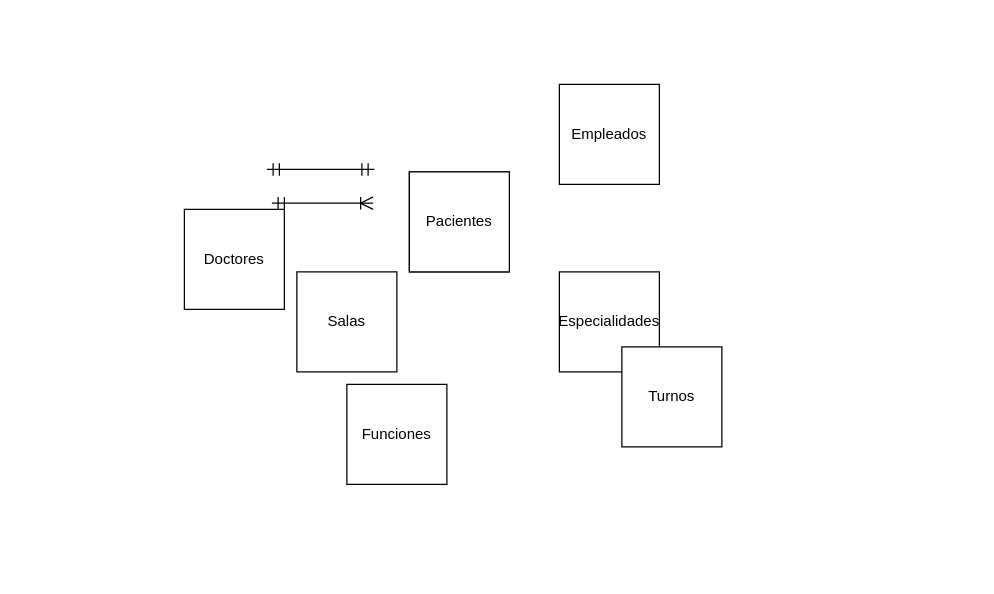
The draw.io diagram Ejercicio3.drawio in Daniel-Ceriana/BD1, before the edit. Source tidied: cells renumbered, new cells numbered last; positions are measured from the earlier drawing's top-left corner, leaving out a move shared by most shapes. Both pictures are drawn from the tidied source at 125%, with x=0, y=0 at pixel (184, -41).
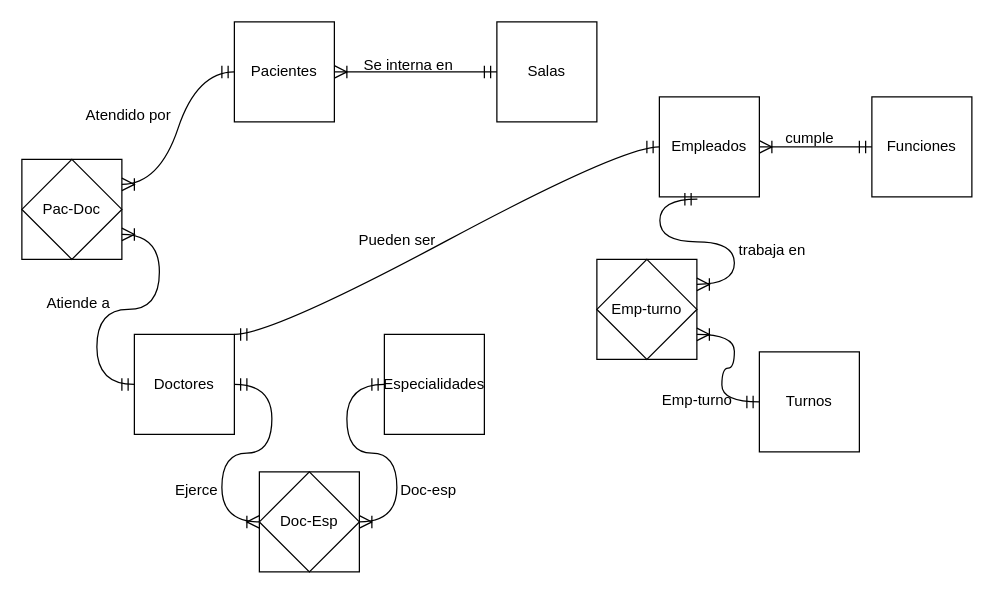
The same diagram, later.

The edit, as a diff of the source:
```diff
@@
-    <mxCell id="2" style="edgeStyle=entityRelationEdgeStyle;fontSize=12;html=1;endArrow=ERoneToMany;startArrow=ERmandOne;rounded=0;startSize=8;endSize=8;curved=1;" parent="1" edge="1">
-      <mxGeometry relative="1" as="geometry">
-        <mxPoint x="70" y="195" as="sourcePoint" />
-        <mxPoint x="151" y="195" as="targetPoint" />
-        <Array as="points">
-          <mxPoint x="182" y="245" />
-          <mxPoint x="30" y="40" />
-        </Array>
-      </mxGeometry>
-    </mxCell>
-    <mxCell id="3" style="edgeStyle=entityRelationEdgeStyle;fontSize=12;html=1;endArrow=ERmandOne;startArrow=ERmandOne;rounded=0;startSize=8;endSize=8;curved=1;" parent="1" edge="1">
-      <mxGeometry relative="1" as="geometry">
-        <mxPoint x="66" y="168" as="sourcePoint" />
-        <mxPoint x="152" y="168" as="targetPoint" />
-        <Array as="points">
-          <mxPoint x="50" />
-        </Array>
-      </mxGeometry>
-    </mxCell>
-    <mxCell id="4" style="whiteSpace=wrap;html=1;" parent="1" vertex="1">
-      <mxGeometry x="180" y="170" width="80" height="80" as="geometry" />
-    </mxCell>
     <mxCell id="5" value="Pacientes" style="whiteSpace=wrap;html=1;" parent="1" vertex="1">
-      <mxGeometry x="180" y="170" width="80" height="80" as="geometry" />
+      <mxGeometry x="40" y="50" width="80" height="80" as="geometry" />
     </mxCell>
     <mxCell id="6" value="Especialidades" style="whiteSpace=wrap;html=1;" parent="1" vertex="1">
-      <mxGeometry x="300" y="250" width="80" height="80" as="geometry" />
+      <mxGeometry x="160" y="300" width="80" height="80" as="geometry" />
     </mxCell>
     <mxCell id="7" value="Empleados" style="whiteSpace=wrap;html=1;" parent="1" vertex="1">
-      <mxGeometry x="300" y="100" width="80" height="80" as="geometry" />
+      <mxGeometry x="380" y="110" width="80" height="80" as="geometry" />
     </mxCell>
     <mxCell id="8" value="Salas" style="whiteSpace=wrap;html=1;" parent="1" vertex="1">
-      <mxGeometry x="90" y="250" width="80" height="80" as="geometry" />
+      <mxGeometry x="250" y="50" width="80" height="80" as="geometry" />
     </mxCell>
     <mxCell id="9" value="Doctores" style="whiteSpace=wrap;html=1;" parent="1" vertex="1">
-      <mxGeometry y="200" width="80" height="80" as="geometry" />
+      <mxGeometry x="-40" y="300" width="80" height="80" as="geometry" />
     </mxCell>
     <mxCell id="10" value="Turnos" style="whiteSpace=wrap;html=1;" parent="1" vertex="1">
-      <mxGeometry x="350" y="310" width="80" height="80" as="geometry" />
+      <mxGeometry x="460" y="314" width="80" height="80" as="geometry" />
     </mxCell>
     <mxCell id="11" value="Funciones" style="whiteSpace=wrap;html=1;" parent="1" vertex="1">
-      <mxGeometry x="130" y="340" width="80" height="80" as="geometry" />
+      <mxGeometry x="550" y="110" width="80" height="80" as="geometry" />
     </mxCell>
+    <mxCell id="12" style="edgeStyle=entityRelationEdgeStyle;fontSize=12;html=1;endArrow=ERoneToMany;startArrow=ERmandOne;rounded=0;startSize=8;endSize=8;curved=1;entryX=1;entryY=0.5;entryDx=0;entryDy=0;exitX=0;exitY=0.5;exitDx=0;exitDy=0;" parent="1" edge="1" source="8" target="5">
+      <mxGeometry relative="1" as="geometry">
+        <Array as="points">
+          <mxPoint x="240" y="120" />
+          <mxPoint x="272" y="395" />
+          <mxPoint x="120" y="190" />
+        </Array>
+      </mxGeometry>
+    </mxCell>
+    <mxCell id="13" style="whiteSpace=wrap;html=1;" parent="1" vertex="1">
+      <mxGeometry x="-130" y="160" width="80" height="80" as="geometry" />
+    </mxCell>
+    <mxCell id="14" value="Pac-Doc" style="rhombus;whiteSpace=wrap;html=1;" parent="1" vertex="1">
+      <mxGeometry x="-130" y="160" width="80" height="80" as="geometry" />
+    </mxCell>
+    <mxCell id="15" style="edgeStyle=entityRelationEdgeStyle;fontSize=12;html=1;endArrow=ERoneToMany;startArrow=ERmandOne;rounded=0;startSize=8;endSize=8;curved=1;exitX=0;exitY=0.5;exitDx=0;exitDy=0;entryX=1;entryY=0.25;entryDx=0;entryDy=0;" parent="1" edge="1" source="5" target="13">
+      <mxGeometry relative="1" as="geometry">
+        <Array as="points">
+          <mxPoint x="312" y="405" />
+          <mxPoint x="-50" y="90" />
+          <mxPoint x="-130" y="50" />
+          <mxPoint x="170" y="250" />
+          <mxPoint x="160" y="200" />
+        </Array>
+      </mxGeometry>
+    </mxCell>
+    <mxCell id="16" style="edgeStyle=entityRelationEdgeStyle;fontSize=12;html=1;endArrow=ERoneToMany;startArrow=ERmandOne;rounded=0;startSize=8;endSize=8;curved=1;exitX=0;exitY=0.5;exitDx=0;exitDy=0;entryX=1;entryY=0.75;entryDx=0;entryDy=0;" parent="1" edge="1" source="9" target="13">
+      <mxGeometry relative="1" as="geometry">
+        <Array as="points">
+          <mxPoint x="402" y="485" />
+          <mxPoint x="40" y="170" />
+          <mxPoint x="-40" y="130" />
+          <mxPoint x="260" y="330" />
+          <mxPoint x="250" y="280" />
+        </Array>
+      </mxGeometry>
+    </mxCell>
+    <mxCell id="17" style="edgeStyle=entityRelationEdgeStyle;fontSize=12;html=1;endArrow=ERoneToMany;startArrow=ERmandOne;rounded=0;startSize=8;endSize=8;curved=1;entryX=1;entryY=0.5;entryDx=0;entryDy=0;exitX=0;exitY=0.5;exitDx=0;exitDy=0;" parent="1" edge="1" source="11" target="7">
+      <mxGeometry relative="1" as="geometry">
+        <Array as="points">
+          <mxPoint x="332" y="405" />
+          <mxPoint x="180" y="200" />
+        </Array>
+      </mxGeometry>
+    </mxCell>
+    <mxCell id="18" style="whiteSpace=wrap;html=1;" parent="1" vertex="1">
+      <mxGeometry x="330" y="240" width="80" height="80" as="geometry" />
+    </mxCell>
+    <mxCell id="19" value="Emp-turno" style="rhombus;whiteSpace=wrap;html=1;" parent="1" vertex="1">
+      <mxGeometry x="330" y="240" width="80" height="80" as="geometry" />
+    </mxCell>
+    <mxCell id="20" style="edgeStyle=entityRelationEdgeStyle;fontSize=12;html=1;endArrow=ERoneToMany;startArrow=ERmandOne;rounded=0;startSize=8;endSize=8;curved=1;exitX=0.38;exitY=1.023;exitDx=0;exitDy=0;exitPerimeter=0;entryX=1;entryY=0.25;entryDx=0;entryDy=0;" parent="1" edge="1" source="7" target="18">
+      <mxGeometry relative="1" as="geometry">
+        <Array as="points">
+          <mxPoint x="332" y="395" />
+          <mxPoint x="180" y="190" />
+        </Array>
+      </mxGeometry>
+    </mxCell>
+    <mxCell id="21" style="edgeStyle=entityRelationEdgeStyle;fontSize=12;html=1;endArrow=ERoneToMany;startArrow=ERmandOne;rounded=0;startSize=8;endSize=8;curved=1;exitX=0;exitY=0.5;exitDx=0;exitDy=0;entryX=1;entryY=0.75;entryDx=0;entryDy=0;" parent="1" edge="1" source="10" target="18">
+      <mxGeometry relative="1" as="geometry">
+        <Array as="points">
+          <mxPoint x="562" y="485" />
+          <mxPoint x="410" y="280" />
+        </Array>
+      </mxGeometry>
+    </mxCell>
+    <mxCell id="22" style="edgeStyle=entityRelationEdgeStyle;fontSize=12;html=1;endArrow=ERoneToMany;startArrow=ERmandOne;rounded=0;startSize=8;endSize=8;curved=1;entryX=0;entryY=0.5;entryDx=0;entryDy=0;fontStyle=1;" parent="1" edge="1" source="9" target="24">
+      <mxGeometry relative="1" as="geometry">
+        <Array as="points">
+          <mxPoint x="302" y="395" />
+          <mxPoint x="150" y="190" />
+        </Array>
+      </mxGeometry>
+    </mxCell>
+    <mxCell id="23" style="whiteSpace=wrap;html=1;" parent="1" vertex="1">
+      <mxGeometry x="60" y="410" width="80" height="80" as="geometry" />
+    </mxCell>
+    <mxCell id="24" value="Doc-Esp" style="rhombus;whiteSpace=wrap;html=1;" parent="1" vertex="1">
+      <mxGeometry x="60" y="410" width="80" height="80" as="geometry" />
+    </mxCell>
+    <mxCell id="25" style="edgeStyle=entityRelationEdgeStyle;fontSize=12;html=1;endArrow=ERoneToMany;startArrow=ERmandOne;rounded=0;startSize=8;endSize=8;curved=1;entryX=1;entryY=0.5;entryDx=0;entryDy=0;fontStyle=1;exitX=0;exitY=0.5;exitDx=0;exitDy=0;" parent="1" edge="1" source="6" target="24">
+      <mxGeometry relative="1" as="geometry">
+        <Array as="points">
+          <mxPoint x="372" y="595" />
+          <mxPoint x="220" y="390" />
+        </Array>
+      </mxGeometry>
+    </mxCell>
+    <mxCell id="26" style="edgeStyle=entityRelationEdgeStyle;fontSize=12;html=1;endArrow=ERmandOne;startArrow=ERmandOne;rounded=0;startSize=8;endSize=8;curved=1;exitX=1;exitY=0;exitDx=0;exitDy=0;entryX=0;entryY=0.5;entryDx=0;entryDy=0;" parent="1" edge="1" source="9" target="7">
+      <mxGeometry relative="1" as="geometry">
+        <Array as="points">
+          <mxPoint x="170" y="160" />
+        </Array>
+      </mxGeometry>
+    </mxCell>
+    <mxCell id="27" value="Se interna en" style="text;html=1;align=center;verticalAlign=middle;strokeColor=none;fillColor=none;" parent="1" vertex="1">
+      <mxGeometry x="134" y="70" width="90" height="30" as="geometry" />
+    </mxCell>
+    <mxCell id="28" value="Atendido por" style="text;html=1;align=center;verticalAlign=middle;strokeColor=none;fillColor=none;" parent="1" vertex="1">
+      <mxGeometry x="-90" y="110" width="90" height="30" as="geometry" />
+    </mxCell>
+    <mxCell id="29" value="Atiende a" style="text;html=1;align=center;verticalAlign=middle;strokeColor=none;fillColor=none;" parent="1" vertex="1">
+      <mxGeometry x="-120" y="260" width="70" height="30" as="geometry" />
+    </mxCell>
+    <mxCell id="30" value="Ejerce" style="text;html=1;align=center;verticalAlign=middle;whiteSpace=wrap;rounded=0;" parent="1" vertex="1">
+      <mxGeometry x="-20" y="410" width="60" height="30" as="geometry" />
+    </mxCell>
+    <mxCell id="31" value="Doc-esp" style="text;html=1;align=center;verticalAlign=middle;strokeColor=none;fillColor=none;" parent="1" vertex="1">
+      <mxGeometry x="160" y="410" width="70" height="30" as="geometry" />
+    </mxCell>
+    <mxCell id="32" value="Pueden ser" style="text;html=1;align=center;verticalAlign=middle;strokeColor=none;fillColor=none;" parent="1" vertex="1">
+      <mxGeometry x="130" y="210" width="80" height="30" as="geometry" />
+    </mxCell>
+    <mxCell id="33" value="cumple" style="text;html=1;align=center;verticalAlign=middle;strokeColor=none;fillColor=none;" parent="1" vertex="1">
+      <mxGeometry x="470" y="128" width="60" height="30" as="geometry" />
+    </mxCell>
+    <mxCell id="34" value="trabaja en" style="text;html=1;align=center;verticalAlign=middle;strokeColor=none;fillColor=none;" parent="1" vertex="1">
+      <mxGeometry x="430" y="218" width="80" height="30" as="geometry" />
+    </mxCell>
+    <mxCell id="35" value="Emp-turno" style="text;html=1;align=center;verticalAlign=middle;strokeColor=none;fillColor=none;" parent="1" vertex="1">
+      <mxGeometry x="370" y="338" width="80" height="30" as="geometry" />
+    </mxCell>
```
